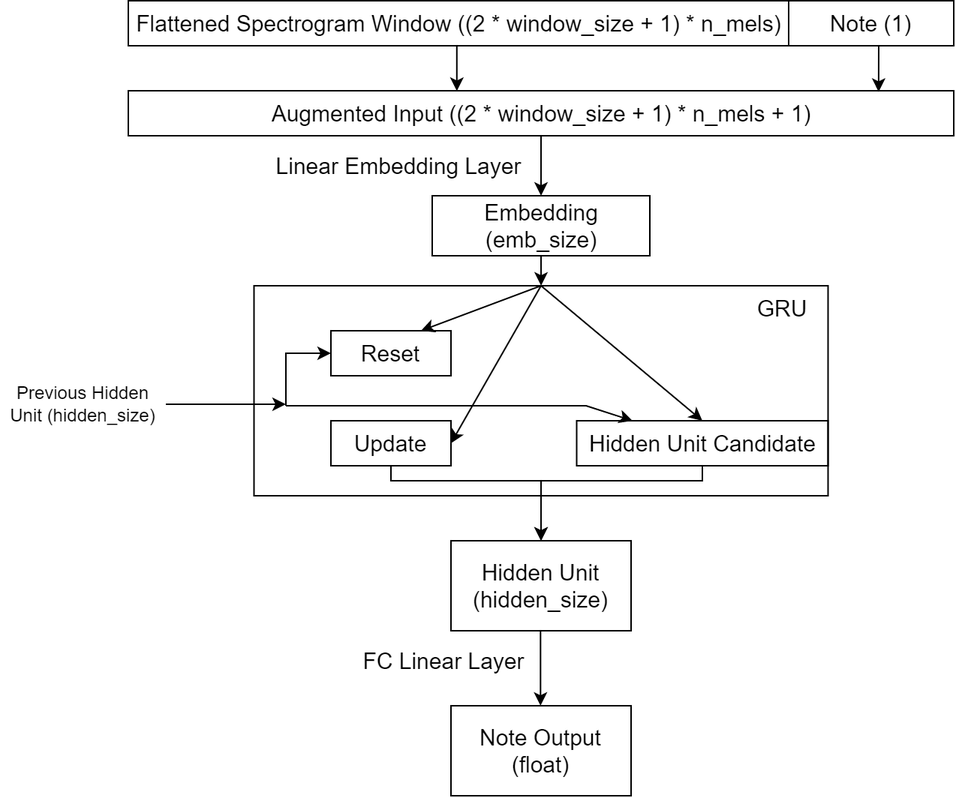
The draw.io diagram images/noteColourRNN.png in Hazelstorm/413w22-taikomapper, before a commit. Source tidied: cells renumbered, new cells last; positions are measured from the earlier drawing's top-left corner, leaving out a move shared by most shapes.
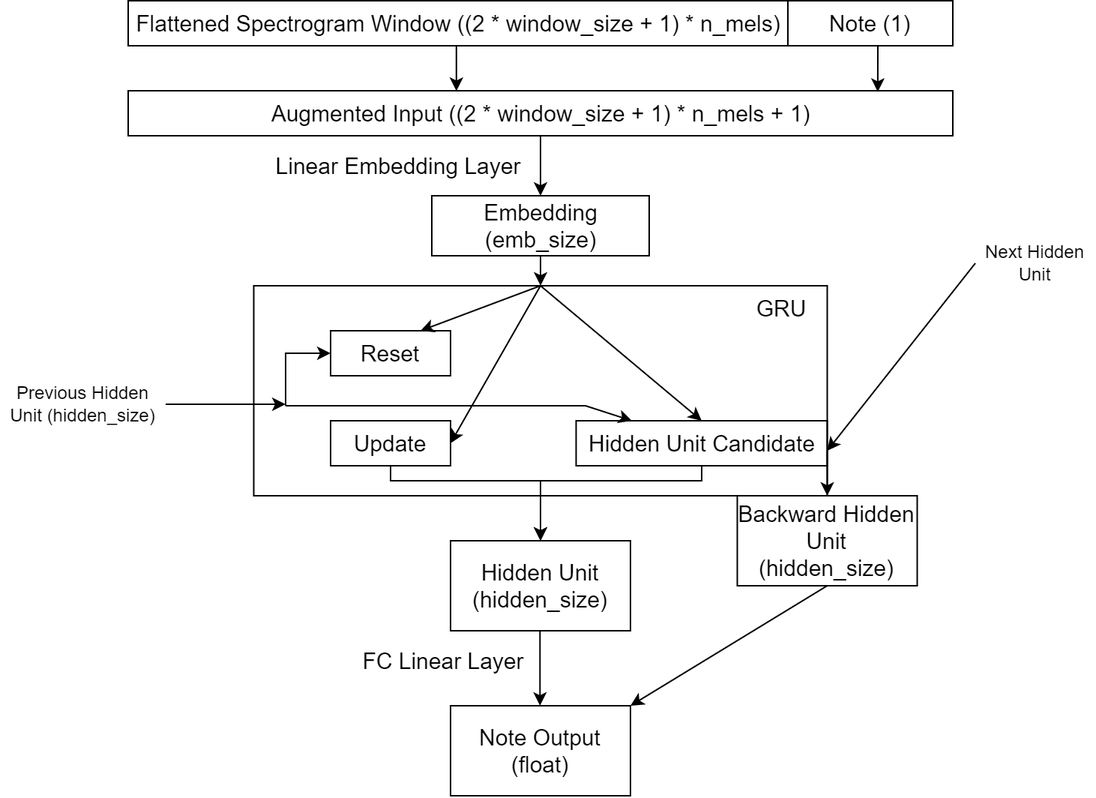
Above is the later version.

Change to the diagram source:
```diff
@@ -116,5 +116,26 @@
     <mxCell id="30" value="Previous Hidden Unit (hidden_size)" style="text;html=1;strokeColor=none;fillColor=none;align=center;verticalAlign=middle;whiteSpace=wrap;rounded=0;" parent="1" vertex="1">
       <mxGeometry y="254" width="110" height="30" as="geometry" />
     </mxCell>
+    <mxCell id="31" value="Backward Hidden Unit&lt;br&gt;(hidden_size)" style="rounded=0;whiteSpace=wrap;html=1;labelBackgroundColor=none;fontSize=15;strokeColor=default;fillColor=default;" parent="1" vertex="1">
+      <mxGeometry x="491.2" y="330" width="120" height="60" as="geometry" />
+    </mxCell>
+    <mxCell id="32" style="endArrow=classic;html=1;rounded=0;exitX=1;exitY=1;exitDx=0;exitDy=0;entryX=0.5;entryY=0;entryDx=0;entryDy=0;" parent="1" edge="1" target="31">
+      <mxGeometry relative="1" as="geometry">
+        <mxPoint x="551.2" y="300" as="sourcePoint" />
+      </mxGeometry>
+    </mxCell>
+    <mxCell id="33" style="endArrow=classic;html=1;rounded=0;exitX=0.5;exitY=1;exitDx=0;exitDy=0;entryX=1;entryY=0;entryDx=0;entryDy=0;" parent="1" edge="1" source="31">
+      <mxGeometry relative="1" as="geometry">
+        <mxPoint x="420" y="470" as="targetPoint" />
+      </mxGeometry>
+    </mxCell>
+    <mxCell id="34" value="Next Hidden Unit" style="text;html=1;strokeColor=none;fillColor=none;align=center;verticalAlign=middle;whiteSpace=wrap;rounded=0;" parent="1" vertex="1">
+      <mxGeometry x="650" y="160" width="80" height="30" as="geometry" />
+    </mxCell>
+    <mxCell id="35" style="endArrow=classic;html=1;rounded=0;exitX=0;exitY=0.5;exitDx=0;exitDy=0;entryX=1;entryY=1;entryDx=0;entryDy=0;" parent="1" edge="1" source="34">
+      <mxGeometry relative="1" as="geometry">
+        <mxPoint x="551.2" y="300" as="targetPoint" />
+      </mxGeometry>
+    </mxCell>
   </root>
 </mxGraphModel>
```
